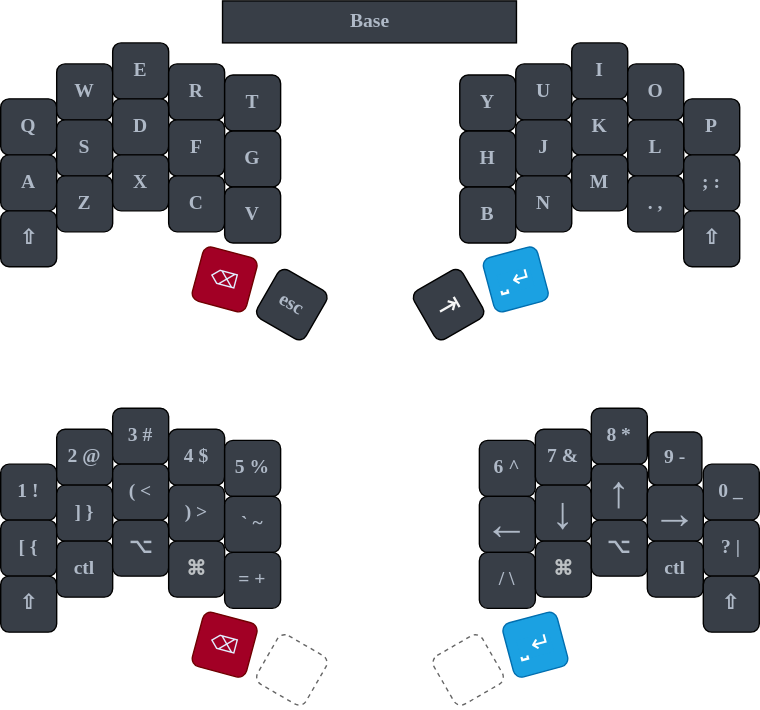
Before: keyboard_map.drawio.svg, a diagram exported from draw.io (jakdept/zmk-sweep). Source tidied: cells renumbered, new cells last; positions are measured from the earlier drawing's top-left corner, leaving out a move shared by most shapes.
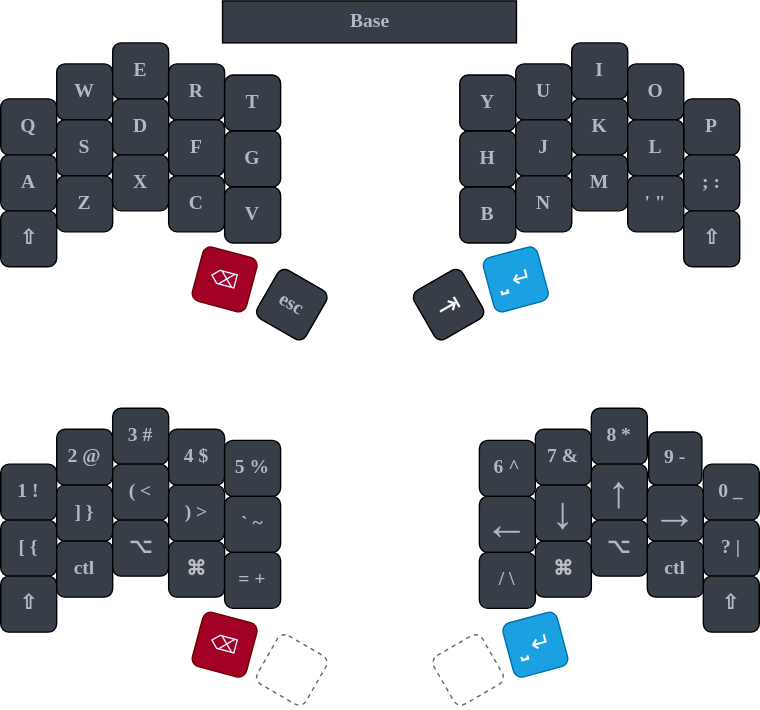
After the commit.

Diff of the diagram source:
```diff
@@ -92,7 +92,7 @@
     <mxCell id="31" value="M" style="whiteSpace=wrap;html=1;fontSize=14;fontFamily=Verdana;fontStyle=1;fontColor=#AFB9C7;fillColor=#383E47;rounded=1;" parent="1" vertex="1">
       <mxGeometry x="408" y="110" width="40" height="40" as="geometry" />
     </mxCell>
-    <mxCell id="32" value=". ," style="whiteSpace=wrap;html=1;fontSize=14;fontFamily=Verdana;fontStyle=1;fontColor=#AFB9C7;fillColor=#383E47;rounded=1;" parent="1" vertex="1">
+    <mxCell id="32" value="' &quot;" style="whiteSpace=wrap;html=1;fontSize=14;fontFamily=Verdana;fontStyle=1;fontColor=#AFB9C7;fillColor=#383E47;rounded=1;" parent="1" vertex="1">
       <mxGeometry x="448" y="125" width="40" height="40" as="geometry" />
     </mxCell>
     <mxCell id="33" value="&lt;span style=&quot;font-family: &amp;quot;segoe ui emoji&amp;quot;, &amp;quot;apple color emoji&amp;quot;, &amp;quot;noto color emoji&amp;quot;; font-size: 14px;&quot;&gt;⇧&lt;/span&gt;" style="whiteSpace=wrap;html=1;fontSize=14;fontFamily=Verdana;fontStyle=1;fontColor=#AFB9C7;fillColor=#383E47;rounded=1;" parent="1" vertex="1">
```
